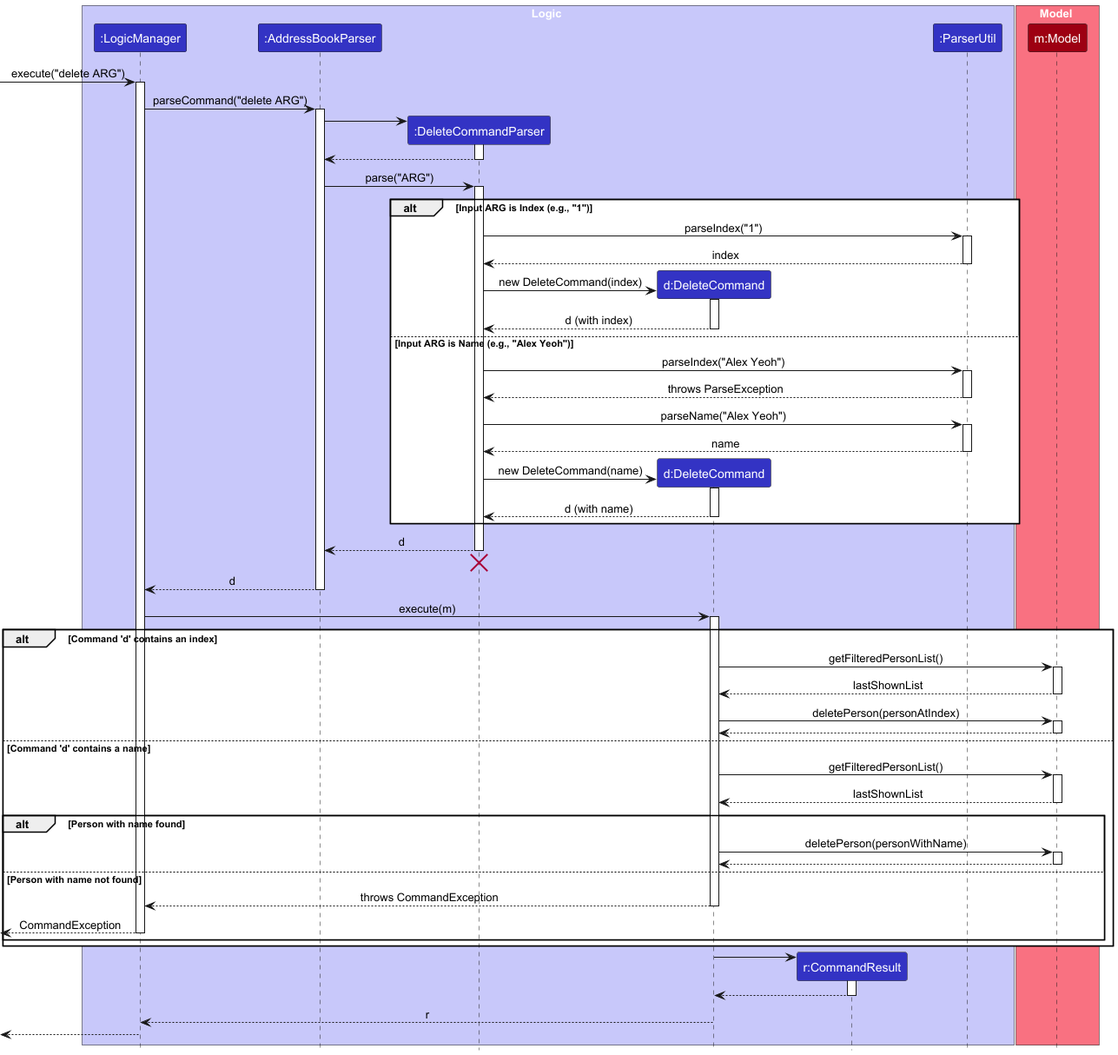
The PlantUML diagram docs/images/DeleteSequenceDiagram.png in Eric9010/tp, before a commit.
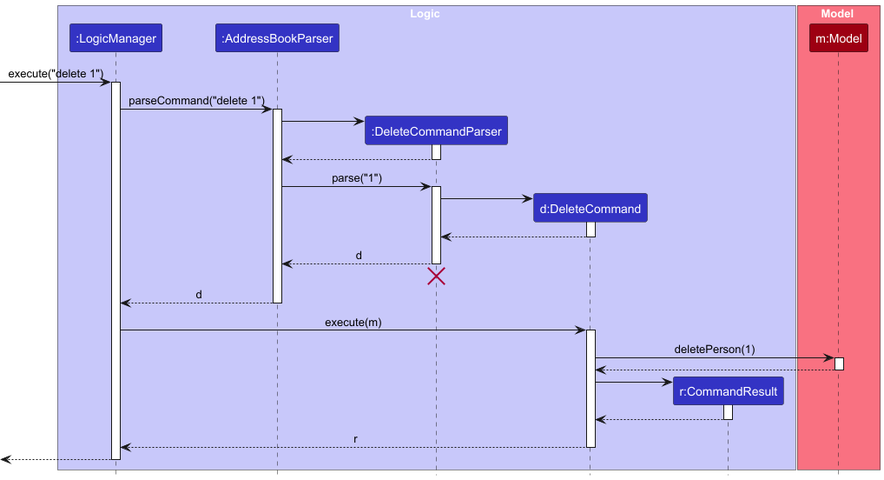
The same diagram one commit later.

Commit message:
Fix diagram conflict

Diff of the diagram source:
```diff
@@ -8,17 +8,16 @@
 participant ":DeleteCommandParser" as DeleteCommandParser LOGIC_COLOR
 participant "d:DeleteCommand" as DeleteCommand LOGIC_COLOR
 participant "r:CommandResult" as CommandResult LOGIC_COLOR
-participant ":ParserUtil" as ParserUtil LOGIC_COLOR
 end box
 
 box Model MODEL_COLOR_T1
 participant "m:Model" as Model MODEL_COLOR
 end box
 
-[-> LogicManager : execute("delete ARG")
+[-> LogicManager : execute("delete 1")
 activate LogicManager
 
-LogicManager -> AddressBookParser : parseCommand("delete ARG")
+LogicManager -> AddressBookParser : parseCommand("delete 1")
 activate AddressBookParser
 
 create DeleteCommandParser
@@ -28,35 +27,15 @@
 DeleteCommandParser --> AddressBookParser
 deactivate DeleteCommandParser
 
-AddressBookParser -> DeleteCommandParser : parse("ARG")
+AddressBookParser -> DeleteCommandParser : parse("1")
 activate DeleteCommandParser
 
-alt Input ARG is Index (e.g., "1")
-    DeleteCommandParser -> ParserUtil : parseIndex("1")
-    activate ParserUtil
-    ParserUtil --> DeleteCommandParser : index
-    deactivate ParserUtil
-    create DeleteCommand
-    DeleteCommandParser -> DeleteCommand : new DeleteCommand(index)
-    activate DeleteCommand
-    DeleteCommand --> DeleteCommandParser : d (with index)
-    deactivate DeleteCommand
+create DeleteCommand
+DeleteCommandParser -> DeleteCommand
+activate DeleteCommand
 
-else Input ARG is Name (e.g., "Alex Yeoh")
-    DeleteCommandParser -> ParserUtil : parseIndex("Alex Yeoh")
-    activate ParserUtil
-    ParserUtil --> DeleteCommandParser : throws ParseException
-    deactivate ParserUtil
-    DeleteCommandParser -> ParserUtil : parseName("Alex Yeoh")
-    activate ParserUtil
-    ParserUtil --> DeleteCommandParser : name
-    deactivate ParserUtil
-    create DeleteCommand
-    DeleteCommandParser -> DeleteCommand : new DeleteCommand(name)
-    activate DeleteCommand
-    DeleteCommand --> DeleteCommandParser : d (with name)
-    deactivate DeleteCommand
-end
+DeleteCommand --> DeleteCommandParser :
+deactivate DeleteCommand
 
 DeleteCommandParser --> AddressBookParser : d
 deactivate DeleteCommandParser
@@ -69,33 +48,11 @@
 LogicManager -> DeleteCommand : execute(m)
 activate DeleteCommand
 
-alt Command 'd' contains an index
-    DeleteCommand -> Model : getFilteredPersonList()
-    activate Model
-    Model --> DeleteCommand : lastShownList
-    deactivate Model
-    DeleteCommand -> Model : deletePerson(personAtIndex)
-    activate Model
-    Model --> DeleteCommand
-    deactivate Model
+DeleteCommand -> Model : deletePerson(1)
+activate Model
 
-else Command 'd' contains a name
-    DeleteCommand -> Model : getFilteredPersonList()
-    activate Model
-    Model --> DeleteCommand : lastShownList
-    deactivate Model
-    alt Person with name found
-        DeleteCommand -> Model : deletePerson(personWithName)
-        activate Model
-        Model --> DeleteCommand
-        deactivate Model
-    else Person with name not found
-        DeleteCommand --> LogicManager : throws CommandException
-        deactivate DeleteCommand
-        [<-- LogicManager : CommandException
-        deactivate LogicManager
-    end
-end
+Model --> DeleteCommand
+deactivate Model
 
 create CommandResult
 DeleteCommand -> CommandResult
```
